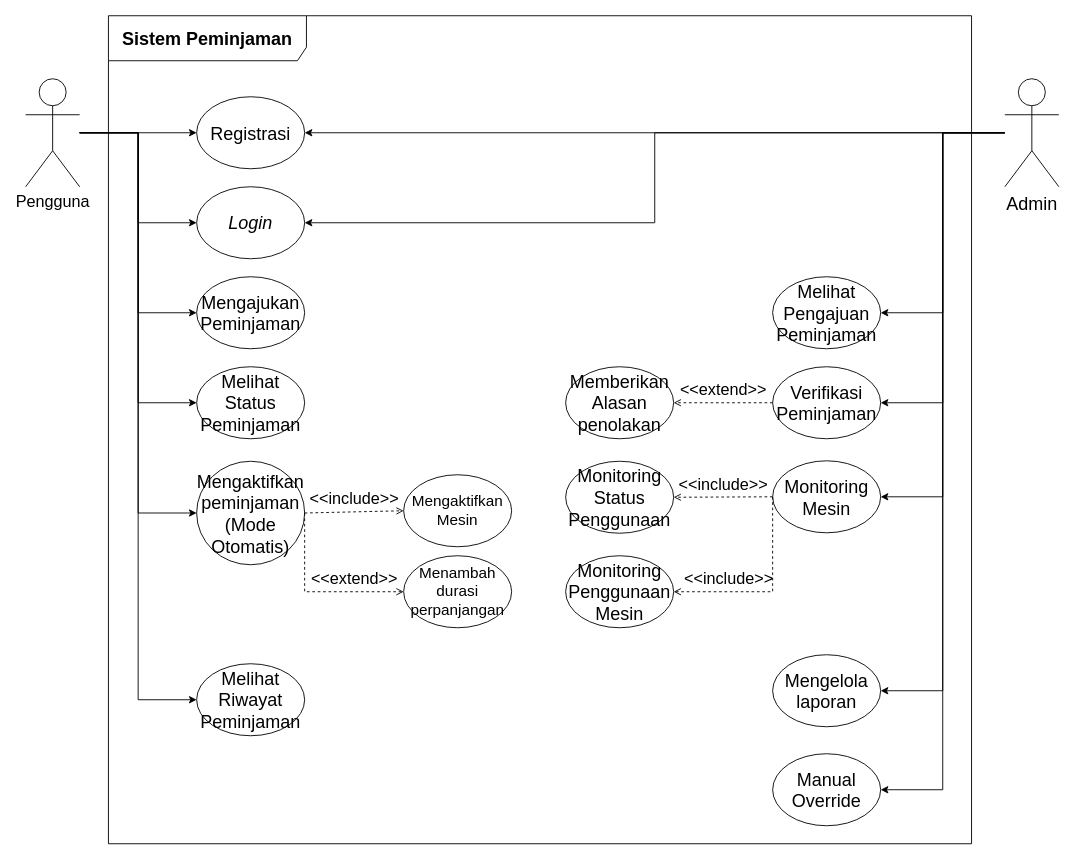
Earlier version of the draw.io diagram page "Salinan Use Case" (28 of 42) of Diagram Aktivitas Admin.drawio.xml (murtianggraeni/TugasAkhir_Flowchart). Source tidied: cells renumbered, new cells numbered last; positions are measured from the earlier drawing's top-left corner, leaving out a move shared by most shapes. Both pictures are drawn from the tidied source at 90%, with x=0, y=0 at pixel (25, 15).
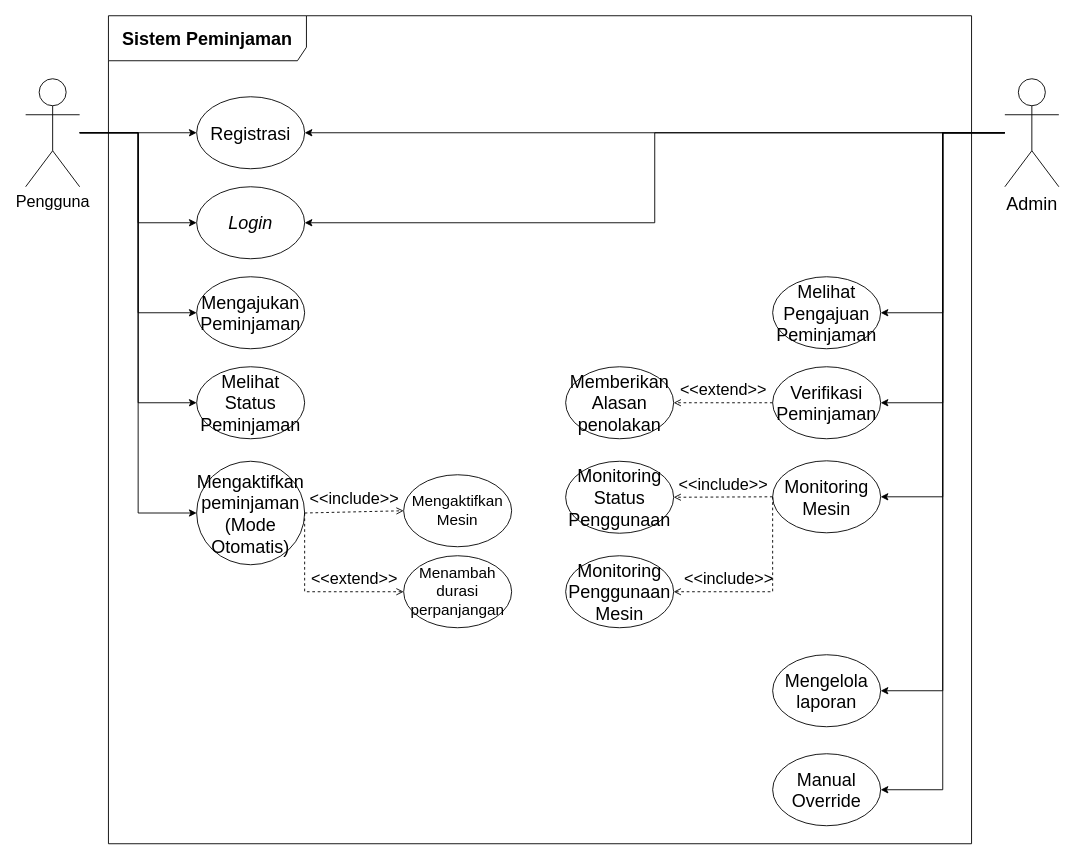
The same diagram, later.

Unchanged cells that the change refers to:
```xml
<mxCell id="8" value="&lt;font style=&quot;font-size: 18px;&quot;&gt;Pengguna&lt;/font&gt;" style="shape=umlActor;verticalLabelPosition=bottom;verticalAlign=top;html=1;outlineConnect=0;" parent="1" vertex="1">
  <mxGeometry y="70" width="60" height="120" as="geometry" />
</mxCell>
```

Change to the diagram source:
```diff
@@
-    <mxCell id="7" style="edgeStyle=orthogonalEdgeStyle;rounded=0;jettySize=auto;html=1;entryX=0;entryY=0.5;entryDx=0;entryDy=0;" parent="1" edge="1" source="8" target="29">
-      <mxGeometry relative="1" as="geometry" />
-    </mxCell>
@@
-    <mxCell id="29" value="&lt;font style=&quot;font-size: 20px;&quot;&gt;Melihat Riwayat Peminjaman&lt;/font&gt;" style="ellipse;whiteSpace=wrap;html=1;" parent="1" vertex="1">
-      <mxGeometry x="190" y="720" width="120" height="80" as="geometry" />
-    </mxCell>
```
